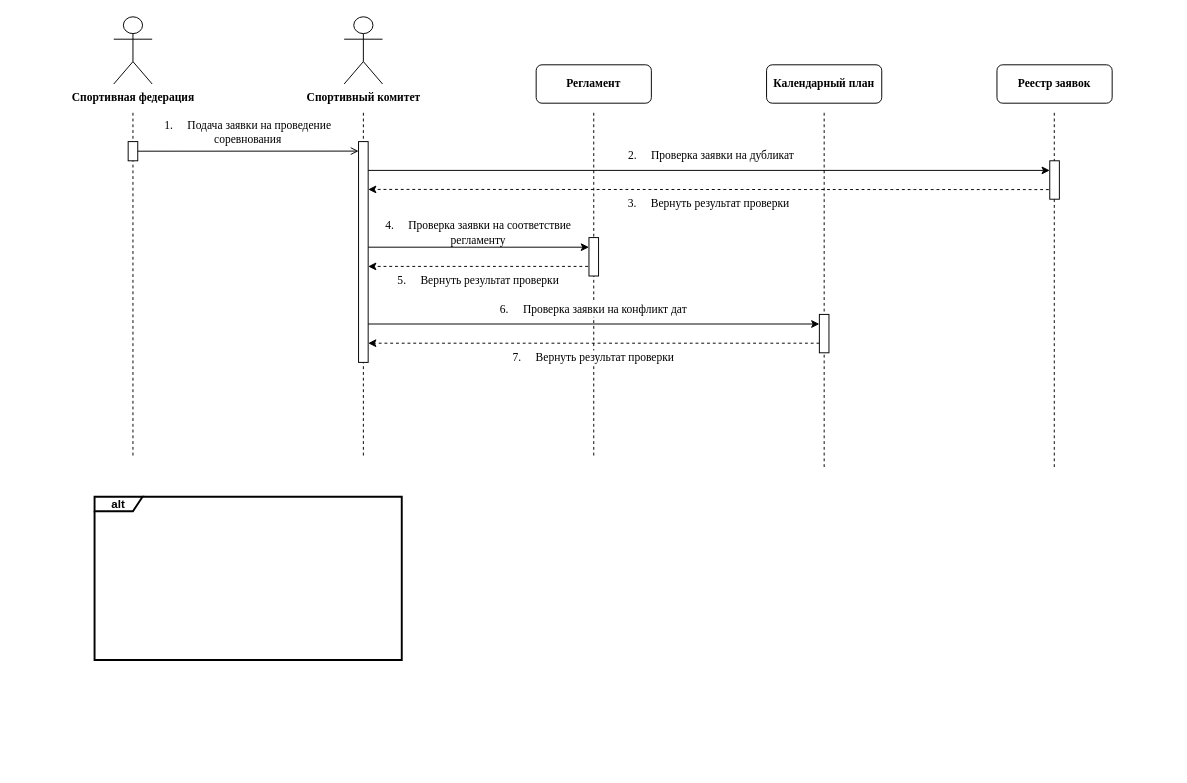
Earlier version of the draw.io diagram page "Последовательности" (4 of 11) of Диаграммы ИС «Спортивный комитет».drawio (antonch985/Education). Source tidied: cells renumbered, new cells numbered last; positions are measured from the earlier drawing's top-left corner, leaving out a move shared by most shapes. Both pictures are drawn from the tidied source at 96%, with x=0, y=0 at pixel (94, 16).
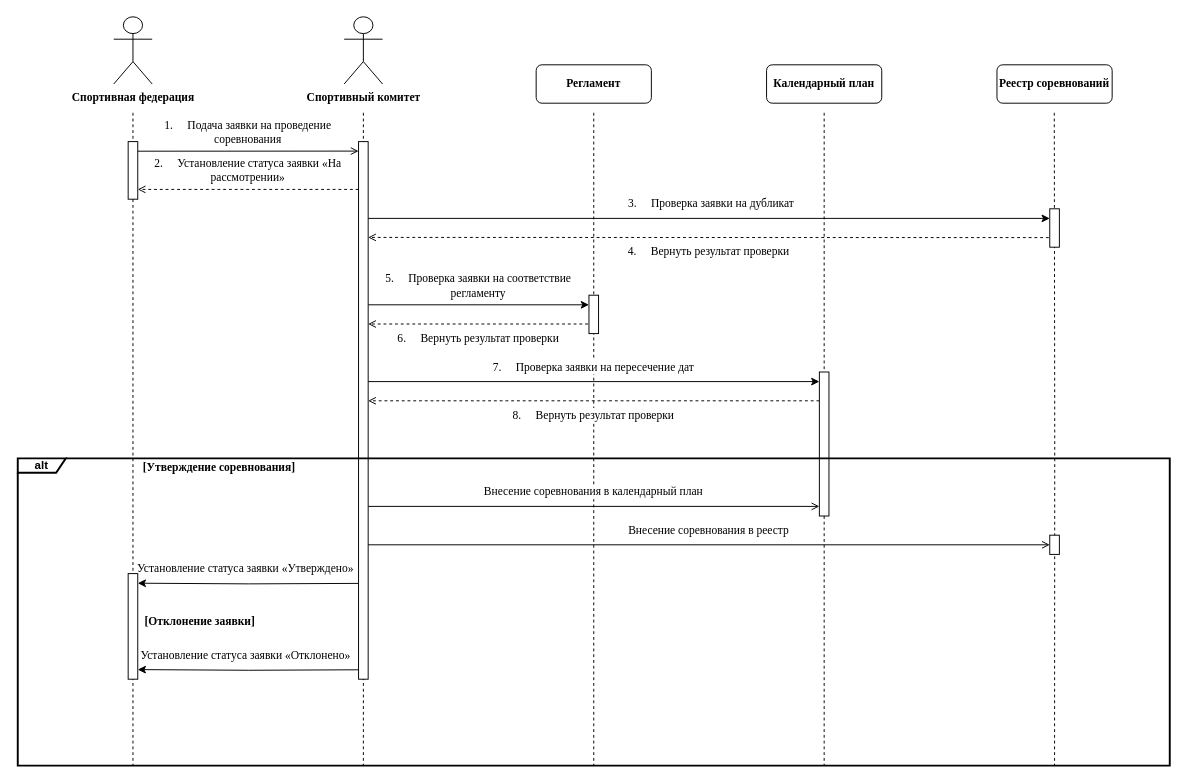
After the change.

Diff of the diagram source:
```diff
@@
     <mxCell id="2" style="edgeStyle=orthogonalEdgeStyle;rounded=0;orthogonalLoop=1;jettySize=auto;html=1;endArrow=none;endFill=0;dashed=1;fontFamily=Times New Roman;" parent="1" edge="1">
       <mxGeometry relative="1" as="geometry">
         <mxPoint x="40" y="100" as="sourcePoint" />
-        <mxPoint x="40" y="460" as="targetPoint" />
+        <mxPoint x="40" y="780" as="targetPoint" />
       </mxGeometry>
     </mxCell>
     <mxCell id="3" style="edgeStyle=orthogonalEdgeStyle;rounded=0;orthogonalLoop=1;jettySize=auto;html=1;endArrow=none;endFill=0;dashed=1;fontFamily=Times New Roman;" parent="1" edge="1">
       <mxGeometry relative="1" as="geometry">
         <mxPoint x="760" y="100" as="sourcePoint" />
-        <mxPoint x="760" y="470" as="targetPoint" />
+        <mxPoint x="760" y="780" as="targetPoint" />
       </mxGeometry>
     </mxCell>
     <mxCell id="4" style="edgeStyle=orthogonalEdgeStyle;rounded=0;orthogonalLoop=1;jettySize=auto;html=1;endArrow=none;endFill=0;dashed=1;fontFamily=Times New Roman;" parent="1" edge="1">
       <mxGeometry relative="1" as="geometry">
         <mxPoint x="520" y="100" as="sourcePoint" />
-        <mxPoint x="520" y="460" as="targetPoint" />
+        <mxPoint x="520" y="780" as="targetPoint" />
       </mxGeometry>
     </mxCell>
     <mxCell id="5" style="edgeStyle=orthogonalEdgeStyle;rounded=0;orthogonalLoop=1;jettySize=auto;html=1;endArrow=none;endFill=0;dashed=1;fontFamily=Times New Roman;" parent="1" edge="1">
       <mxGeometry relative="1" as="geometry">
         <mxPoint x="999.7" y="100" as="sourcePoint" />
-        <mxPoint x="999.7" y="470" as="targetPoint" />
+        <mxPoint x="1000" y="780" as="targetPoint" />
       </mxGeometry>
     </mxCell>
-    <mxCell id="6" style="endArrow=classic;html=1;rounded=0;dashed=1;fontFamily=Times New Roman;" parent="1" edge="1">
+    <mxCell id="6" style="endArrow=open;html=1;rounded=0;dashed=1;fontFamily=Times New Roman;endFill=0;" parent="1" edge="1">
       <mxGeometry relative="1" as="geometry">
-        <mxPoint x="520" y="260" as="sourcePoint" />
-        <mxPoint x="285" y="260" as="targetPoint" />
+        <mxPoint x="520" y="320" as="sourcePoint" />
+        <mxPoint x="285" y="320" as="targetPoint" />
       </mxGeometry>
     </mxCell>
@@
     <mxCell id="13" style="endArrow=classic;html=1;rounded=0;fontFamily=Times New Roman;" parent="1" edge="1">
       <mxGeometry relative="1" as="geometry">
-        <mxPoint x="285" y="240" as="sourcePoint" />
-        <mxPoint x="515" y="240" as="targetPoint" />
+        <mxPoint x="285" y="300" as="sourcePoint" />
+        <mxPoint x="515" y="300" as="targetPoint" />
       </mxGeometry>
     </mxCell>
-    <mxCell id="14" value="4.&lt;span style=&quot;white-space: pre;&quot;&gt;&#9;&lt;/span&gt;Проверка заявки на соответствие регламенту" style="text;html=1;whiteSpace=wrap;strokeColor=none;fillColor=none;align=center;verticalAlign=middle;rounded=0;fontFamily=Times New Roman;labelBackgroundColor=none;" parent="1" vertex="1">
-      <mxGeometry x="280" y="210" width="240" height="30" as="geometry" />
+    <mxCell id="14" value="5.&lt;span style=&quot;white-space: pre;&quot;&gt;&#9;&lt;/span&gt;Проверка заявки на соответствие регламенту" style="text;html=1;whiteSpace=wrap;strokeColor=none;fillColor=none;align=center;verticalAlign=middle;rounded=0;fontFamily=Times New Roman;labelBackgroundColor=none;" parent="1" vertex="1">
+      <mxGeometry x="280" y="260" width="240" height="40" as="geometry" />
     </mxCell>
     <mxCell id="15" style="rounded=0;whiteSpace=wrap;html=1;fontFamily=Times New Roman;" parent="1" vertex="1">
-      <mxGeometry x="35" y="130" width="10" height="20" as="geometry" />
+      <mxGeometry x="35" y="130" width="10" height="60" as="geometry" />
     </mxCell>
-    <mxCell id="16" value="5.&lt;span style=&quot;white-space: pre;&quot;&gt;&#9;&lt;/span&gt;Вернуть результат проверки" style="text;html=1;whiteSpace=wrap;strokeColor=none;fillColor=none;align=center;verticalAlign=middle;rounded=0;fontFamily=Times New Roman;labelBackgroundColor=none;" parent="1" vertex="1">
-      <mxGeometry x="280" y="260" width="240" height="30" as="geometry" />
+    <mxCell id="16" value="6.&lt;span style=&quot;white-space: pre;&quot;&gt;&#9;&lt;/span&gt;Вернуть результат проверки" style="text;html=1;whiteSpace=wrap;strokeColor=none;fillColor=none;align=center;verticalAlign=middle;rounded=0;fontFamily=Times New Roman;labelBackgroundColor=none;" parent="1" vertex="1">
+      <mxGeometry x="280" y="320" width="240" height="30" as="geometry" />
     </mxCell>
     <mxCell id="17" style="edgeStyle=orthogonalEdgeStyle;rounded=0;orthogonalLoop=1;jettySize=auto;html=1;fontFamily=Times New Roman;" parent="1" edge="1">
       <mxGeometry relative="1" as="geometry">
-        <mxPoint x="280" y="320" as="sourcePoint" />
-        <mxPoint x="755" y="320" as="targetPoint" />
+        <mxPoint x="280" y="380" as="sourcePoint" />
+        <mxPoint x="755" y="380" as="targetPoint" />
       </mxGeometry>
     </mxCell>
-    <mxCell id="18" style="edgeStyle=orthogonalEdgeStyle;rounded=0;orthogonalLoop=1;jettySize=auto;html=1;dashed=1;fontFamily=Times New Roman;" parent="1" edge="1">
+    <mxCell id="18" style="edgeStyle=orthogonalEdgeStyle;rounded=0;orthogonalLoop=1;jettySize=auto;html=1;dashed=1;fontFamily=Times New Roman;endArrow=open;endFill=0;" parent="1" edge="1">
       <mxGeometry relative="1" as="geometry">
-        <mxPoint x="755" y="340" as="sourcePoint" />
-        <mxPoint x="285" y="340" as="targetPoint" />
+        <mxPoint x="755" y="400" as="sourcePoint" />
+        <mxPoint x="285" y="400" as="targetPoint" />
         <Array as="points">
-          <mxPoint x="745" y="340" />
+          <mxPoint x="745" y="400" />
         </Array>
       </mxGeometry>
     </mxCell>
-    <mxCell id="19" value="6.&lt;span style=&quot;white-space: pre;&quot;&gt;&#9;&lt;/span&gt;Проверка заявки на конфликт дат" style="text;html=1;whiteSpace=wrap;strokeColor=none;fillColor=none;align=center;verticalAlign=middle;rounded=0;fontFamily=Times New Roman;labelBackgroundColor=default;" parent="1" vertex="1">
-      <mxGeometry x="280" y="290" width="480" height="30" as="geometry" />
+    <mxCell id="19" value="7.&lt;span style=&quot;white-space: pre;&quot;&gt;&#9;&lt;/span&gt;Проверка заявки на пересечение дат" style="text;html=1;whiteSpace=wrap;strokeColor=none;fillColor=none;align=center;verticalAlign=middle;rounded=0;fontFamily=Times New Roman;labelBackgroundColor=default;" parent="1" vertex="1">
+      <mxGeometry x="280" y="350" width="480" height="30" as="geometry" />
     </mxCell>
-    <mxCell id="20" value="7.&lt;span style=&quot;white-space: pre;&quot;&gt;&#9;&lt;/span&gt;Вернуть результат проверки" style="text;html=1;whiteSpace=wrap;strokeColor=none;fillColor=none;align=center;verticalAlign=middle;rounded=0;fontFamily=Times New Roman;labelBackgroundColor=default;" parent="1" vertex="1">
-      <mxGeometry x="280" y="340" width="480" height="30" as="geometry" />
+    <mxCell id="20" value="8.&lt;span style=&quot;white-space: pre;&quot;&gt;&#9;&lt;/span&gt;Вернуть результат проверки" style="text;html=1;whiteSpace=wrap;strokeColor=none;fillColor=none;align=center;verticalAlign=middle;rounded=0;fontFamily=Times New Roman;labelBackgroundColor=default;" parent="1" vertex="1">
+      <mxGeometry x="280" y="400" width="480" height="30" as="geometry" />
     </mxCell>
-    <mxCell id="21" value="alt" style="shape=umlFrame;whiteSpace=wrap;html=1;fontStyle=1;strokeWidth=2;width=50;height=15;" parent="1" vertex="1">
-      <mxGeometry y="500" width="320" height="170" as="geometry" />
-    </mxCell>
-    <mxCell id="22" value="Реестр заявок" style="rounded=1;whiteSpace=wrap;html=1;fontFamily=Times New Roman;fontStyle=1;" parent="1" vertex="1">
+    <mxCell id="22" value="Реестр соревнований" style="rounded=1;whiteSpace=wrap;html=1;fontFamily=Times New Roman;fontStyle=1;" parent="1" vertex="1">
       <mxGeometry x="940" y="50" width="120" height="40" as="geometry" />
     </mxCell>
-    <mxCell id="23" style="endArrow=classic;html=1;rounded=0;dashed=1;fontFamily=Times New Roman;" parent="1" edge="1">
+    <mxCell id="23" style="endArrow=open;html=1;rounded=0;dashed=1;fontFamily=Times New Roman;endFill=0;" parent="1" edge="1">
       <mxGeometry relative="1" as="geometry">
-        <mxPoint x="1000" y="180" as="sourcePoint" />
-        <mxPoint x="285" y="179.8" as="targetPoint" />
+        <mxPoint x="1000" y="230" as="sourcePoint" />
+        <mxPoint x="285" y="229.8" as="targetPoint" />
       </mxGeometry>
     </mxCell>
     <mxCell id="24" style="endArrow=classic;html=1;rounded=0;fontFamily=Times New Roman;entryX=0;entryY=0.25;entryDx=0;entryDy=0;" parent="1" edge="1">
       <mxGeometry relative="1" as="geometry">
-        <mxPoint x="280" y="160" as="sourcePoint" />
-        <mxPoint x="995" y="160" as="targetPoint" />
+        <mxPoint x="280" y="210" as="sourcePoint" />
+        <mxPoint x="995" y="210" as="targetPoint" />
       </mxGeometry>
     </mxCell>
-    <mxCell id="25" value="2.&lt;span style=&quot;white-space: pre;&quot;&gt;&#9;&lt;/span&gt;Проверка заявки на дубликат" style="text;html=1;whiteSpace=wrap;strokeColor=none;fillColor=none;align=center;verticalAlign=middle;rounded=0;fontFamily=Times New Roman;shadow=0;glass=0;fontStyle=0;labelBackgroundColor=none;labelBorderColor=none;textShadow=0;" parent="1" vertex="1">
-      <mxGeometry x="285" y="130" width="715" height="30" as="geometry" />
+    <mxCell id="25" value="3.&lt;span style=&quot;white-space: pre;&quot;&gt;&#9;&lt;/span&gt;Проверка заявки на дубликат" style="text;html=1;whiteSpace=wrap;strokeColor=none;fillColor=none;align=center;verticalAlign=middle;rounded=0;fontFamily=Times New Roman;shadow=0;glass=0;fontStyle=0;labelBackgroundColor=none;labelBorderColor=none;textShadow=0;" parent="1" vertex="1">
+      <mxGeometry x="285" y="180" width="715" height="30" as="geometry" />
     </mxCell>
-    <mxCell id="26" value="3.&lt;span style=&quot;white-space: pre;&quot;&gt;&#9;&lt;/span&gt;Вернуть результат проверки" style="text;html=1;whiteSpace=wrap;strokeColor=none;fillColor=none;align=center;verticalAlign=middle;rounded=0;fontFamily=Times New Roman;labelBackgroundColor=none;" parent="1" vertex="1">
-      <mxGeometry x="280" y="180" width="720" height="30" as="geometry" />
+    <mxCell id="26" value="4.&lt;span style=&quot;white-space: pre;&quot;&gt;&#9;&lt;/span&gt;Вернуть результат проверки" style="text;html=1;whiteSpace=wrap;strokeColor=none;fillColor=none;align=center;verticalAlign=middle;rounded=0;fontFamily=Times New Roman;labelBackgroundColor=none;" parent="1" vertex="1">
+      <mxGeometry x="280" y="230" width="720" height="30" as="geometry" />
     </mxCell>
     <mxCell id="27" style="rounded=0;whiteSpace=wrap;html=1;fontFamily=Times New Roman;" parent="1" vertex="1">
-      <mxGeometry x="995" y="150" width="10" height="40" as="geometry" />
+      <mxGeometry x="995" y="200" width="10" height="40" as="geometry" />
     </mxCell>
     <mxCell id="28" style="rounded=0;whiteSpace=wrap;html=1;fontFamily=Times New Roman;" parent="1" vertex="1">
-      <mxGeometry x="755" y="310" width="10" height="40" as="geometry" />
+      <mxGeometry x="755" y="370" width="10" height="150" as="geometry" />
     </mxCell>
     <mxCell id="29" style="rounded=0;whiteSpace=wrap;html=1;fontFamily=Times New Roman;" parent="1" vertex="1">
-      <mxGeometry x="515" y="230" width="10" height="40" as="geometry" />
+      <mxGeometry x="515" y="290" width="10" height="40" as="geometry" />
     </mxCell>
     <mxCell id="30" style="edgeStyle=orthogonalEdgeStyle;rounded=0;orthogonalLoop=1;jettySize=auto;html=1;endArrow=none;endFill=0;dashed=1;fontFamily=Times New Roman;" parent="1" edge="1">
       <mxGeometry relative="1" as="geometry">
         <mxPoint x="280" y="100" as="sourcePoint" />
-        <mxPoint x="280" y="460" as="targetPoint" />
+        <mxPoint x="280" y="780" as="targetPoint" />
       </mxGeometry>
     </mxCell>
+    <mxCell id="32" style="edgeStyle=orthogonalEdgeStyle;rounded=0;orthogonalLoop=1;jettySize=auto;html=1;endArrow=open;endFill=0;fontFamily=Times New Roman;" parent="1" edge="1">
+      <mxGeometry relative="1" as="geometry">
+        <mxPoint x="285" y="510" as="sourcePoint" />
+        <mxPoint x="755" y="510" as="targetPoint" />
+      </mxGeometry>
+    </mxCell>
+    <mxCell id="33" style="edgeStyle=orthogonalEdgeStyle;rounded=0;orthogonalLoop=1;jettySize=auto;html=1;exitX=0;exitY=0.75;exitDx=0;exitDy=0;" parent="1" edge="1">
+      <mxGeometry relative="1" as="geometry">
+        <mxPoint x="275" y="590.2" as="sourcePoint" />
+        <mxPoint x="45" y="590" as="targetPoint" />
+      </mxGeometry>
+    </mxCell>
     <mxCell id="31" style="rounded=0;whiteSpace=wrap;html=1;fontFamily=Times New Roman;" parent="1" vertex="1">
-      <mxGeometry x="275" y="130" width="10" height="230" as="geometry" />
+      <mxGeometry x="275" y="130" width="10" height="560" as="geometry" />
     </mxCell>
+    <mxCell id="34" value="2.&lt;span style=&quot;white-space: pre;&quot;&gt;&#9;&lt;/span&gt;Установление статуса заявки «На рассмотрении»" style="text;html=1;whiteSpace=wrap;strokeColor=none;fillColor=none;align=center;verticalAlign=middle;rounded=0;fontFamily=Times New Roman;shadow=0;glass=0;fontStyle=0;labelBackgroundColor=none;labelBorderColor=none;textShadow=0;" parent="1" vertex="1">
+      <mxGeometry x="40" y="140" width="240" height="40" as="geometry" />
+    </mxCell>
+    <mxCell id="35" style="endArrow=open;html=1;rounded=0;fontFamily=Times New Roman;endFill=0;entryX=1;entryY=0.5;entryDx=0;entryDy=0;dashed=1;" parent="1" edge="1">
+      <mxGeometry relative="1" as="geometry">
+        <mxPoint x="275" y="179.8" as="sourcePoint" />
+        <mxPoint x="45" y="179.8" as="targetPoint" />
+      </mxGeometry>
+    </mxCell>
+    <mxCell id="36" style="rounded=0;whiteSpace=wrap;html=1;fontFamily=Times New Roman;" parent="1" vertex="1">
+      <mxGeometry x="995" y="540" width="10" height="20" as="geometry" />
+    </mxCell>
+    <mxCell id="37" value="[Утверждение соревнования]" style="text;html=1;whiteSpace=wrap;strokeColor=none;fillColor=none;align=center;verticalAlign=middle;rounded=0;fontStyle=1;fontFamily=Times New Roman;" parent="1" vertex="1">
+      <mxGeometry x="40" y="460" width="180" height="20" as="geometry" />
+    </mxCell>
+    <mxCell id="38" value="Внесение соревнования в календарный план" style="text;html=1;whiteSpace=wrap;strokeColor=none;fillColor=none;align=center;verticalAlign=middle;rounded=0;fontFamily=Times New Roman;labelBackgroundColor=default;" parent="1" vertex="1">
+      <mxGeometry x="280" y="480" width="480" height="30" as="geometry" />
+    </mxCell>
+    <mxCell id="39" style="edgeStyle=orthogonalEdgeStyle;rounded=0;orthogonalLoop=1;jettySize=auto;html=1;endArrow=open;endFill=0;fontFamily=Times New Roman;" parent="1" edge="1">
+      <mxGeometry relative="1" as="geometry">
+        <mxPoint x="285" y="550" as="sourcePoint" />
+        <mxPoint x="995" y="550" as="targetPoint" />
+      </mxGeometry>
+    </mxCell>
+    <mxCell id="40" value="Внесение соревнования в реестр" style="text;html=1;whiteSpace=wrap;strokeColor=none;fillColor=none;align=center;verticalAlign=middle;rounded=0;fontFamily=Times New Roman;labelBackgroundColor=default;" parent="1" vertex="1">
+      <mxGeometry x="280" y="520" width="720" height="30" as="geometry" />
+    </mxCell>
+    <mxCell id="41" value="Установление статуса заявки «Утверждено»" style="text;html=1;whiteSpace=wrap;strokeColor=none;fillColor=none;align=center;verticalAlign=middle;rounded=0;fontFamily=Times New Roman;" parent="1" vertex="1">
+      <mxGeometry x="40" y="560" width="235" height="30" as="geometry" />
+    </mxCell>
+    <mxCell id="42" value="[Отклонение заявки]" style="text;html=1;whiteSpace=wrap;strokeColor=none;fillColor=none;align=center;verticalAlign=middle;rounded=0;fontStyle=1;fontFamily=Times New Roman;" parent="1" vertex="1">
+      <mxGeometry x="40" y="620" width="140" height="20" as="geometry" />
+    </mxCell>
+    <mxCell id="21" value="alt" style="shape=umlFrame;whiteSpace=wrap;html=1;fontStyle=1;strokeWidth=2;width=50;height=15;" parent="1" vertex="1">
+      <mxGeometry x="-80" y="460" width="1200" height="320" as="geometry" />
+    </mxCell>
+    <mxCell id="43" style="rounded=0;whiteSpace=wrap;html=1;fontFamily=Times New Roman;" parent="1" vertex="1">
+      <mxGeometry x="35" y="580" width="10" height="110" as="geometry" />
+    </mxCell>
+    <mxCell id="44" style="edgeStyle=orthogonalEdgeStyle;rounded=0;orthogonalLoop=1;jettySize=auto;html=1;exitX=0;exitY=0.75;exitDx=0;exitDy=0;" parent="1" edge="1">
+      <mxGeometry relative="1" as="geometry">
+        <mxPoint x="275" y="680.2" as="sourcePoint" />
+        <mxPoint x="45" y="680" as="targetPoint" />
+      </mxGeometry>
+    </mxCell>
+    <mxCell id="45" value="Установление статуса заявки «Отклонено»" style="text;html=1;whiteSpace=wrap;strokeColor=none;fillColor=none;align=center;verticalAlign=middle;rounded=0;fontFamily=Times New Roman;" parent="1" vertex="1">
+      <mxGeometry x="40" y="650" width="235" height="30" as="geometry" />
+    </mxCell>
```
